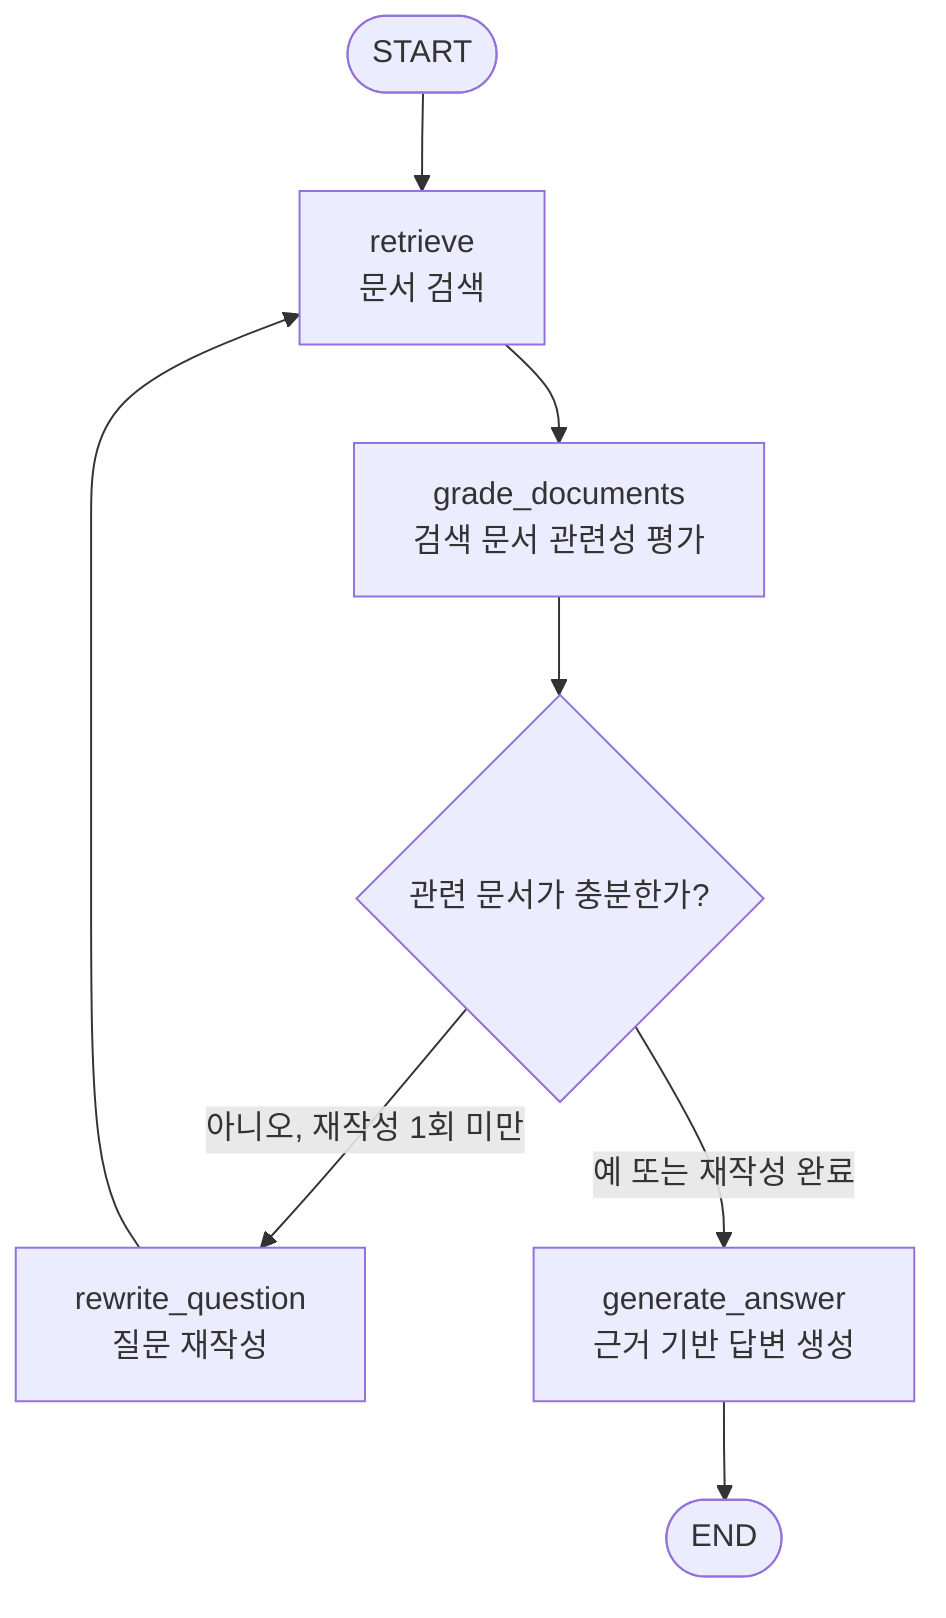
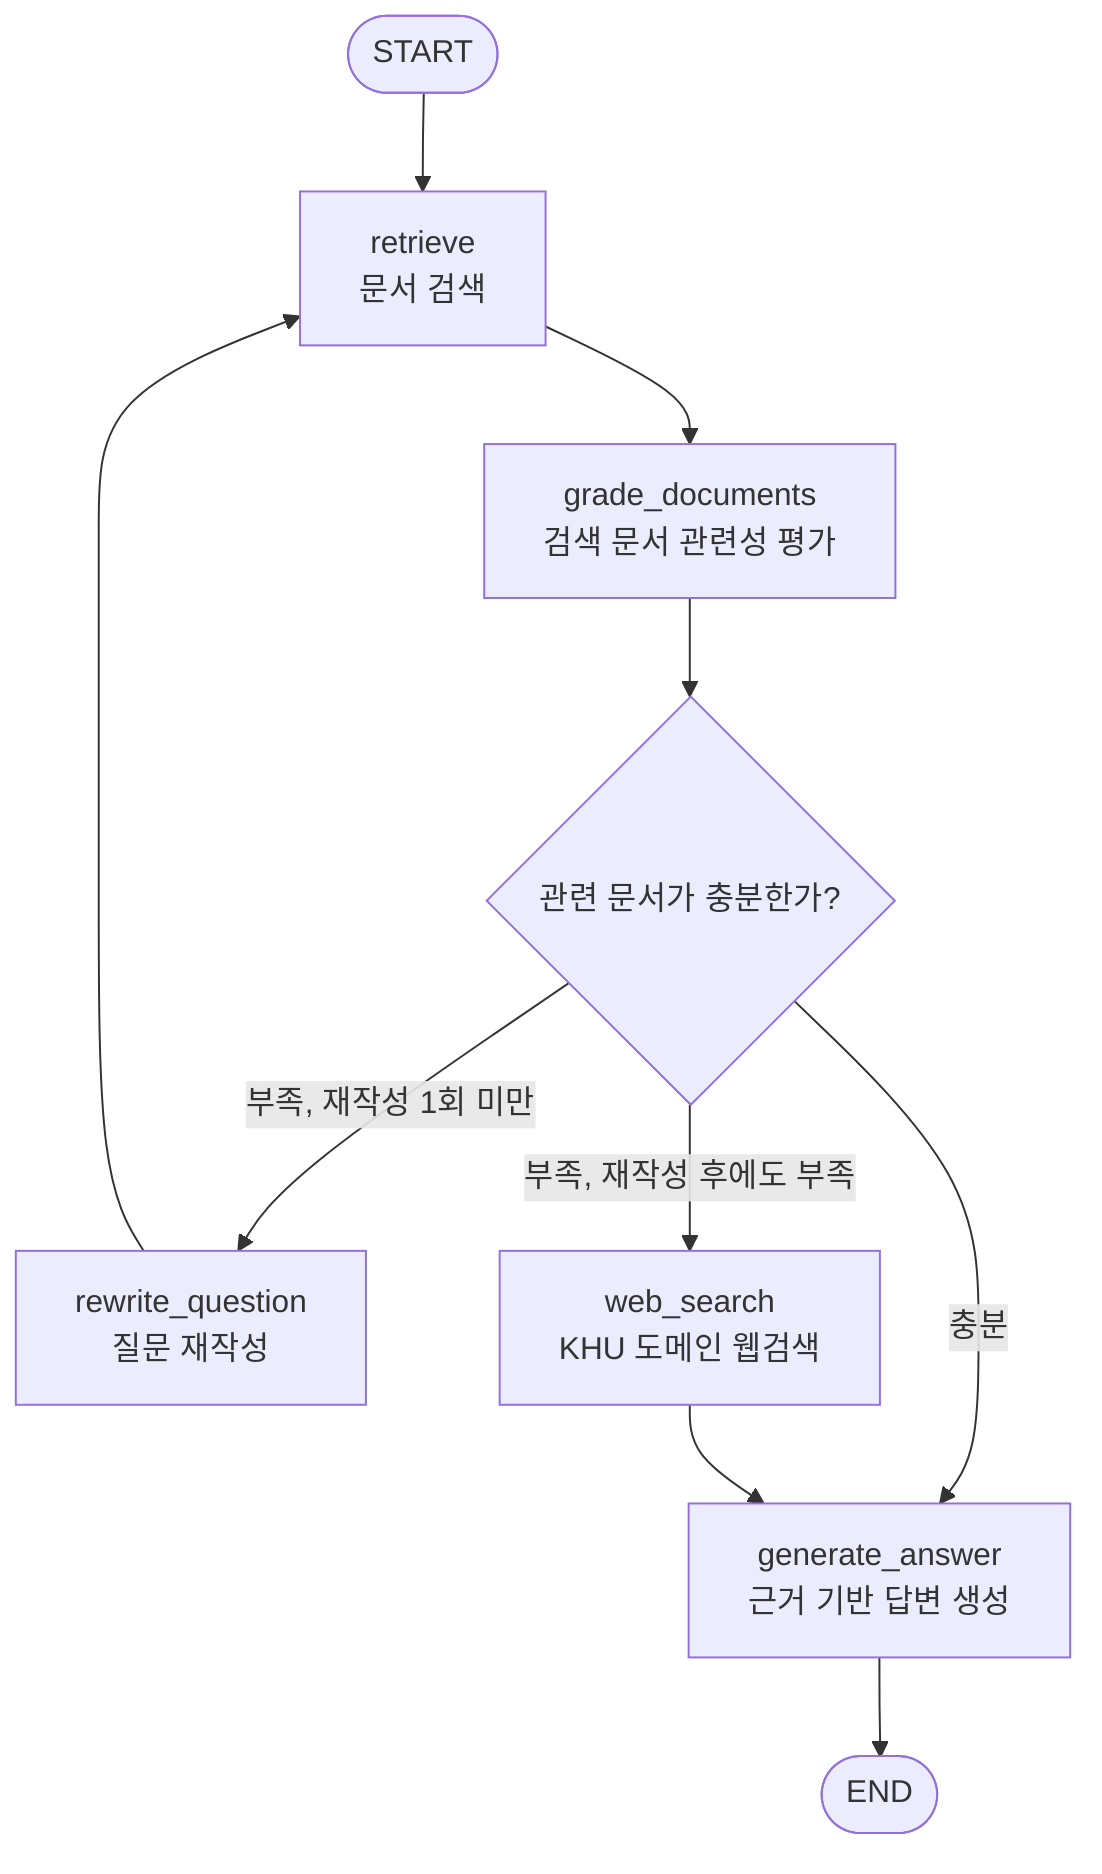
flowchart TD
    START([START])
    RETRIEVE["retrieve<br/>문서 검색"]
    GRADE["grade_documents<br/>검색 문서 관련성 평가"]
    DECIDE{"관련 문서가 충분한가?"}
    REWRITE["rewrite_question<br/>질문 재작성"]
+     WEB["web_search<br/>KHU 도메인 웹검색"]
    GENERATE["generate_answer<br/>근거 기반 답변 생성"]
    END([END])

    START --> RETRIEVE
    RETRIEVE --> GRADE
    GRADE --> DECIDE
-     DECIDE -- "아니오, 재작성 1회 미만" --> REWRITE
+     DECIDE -- "충분" --> GENERATE
+     DECIDE -- "부족, 재작성 1회 미만" --> REWRITE
    REWRITE --> RETRIEVE
-     DECIDE -- "예 또는 재작성 완료" --> GENERATE
+     DECIDE -- "부족, 재작성 후에도 부족" --> WEB
+     WEB --> GENERATE
    GENERATE --> END
